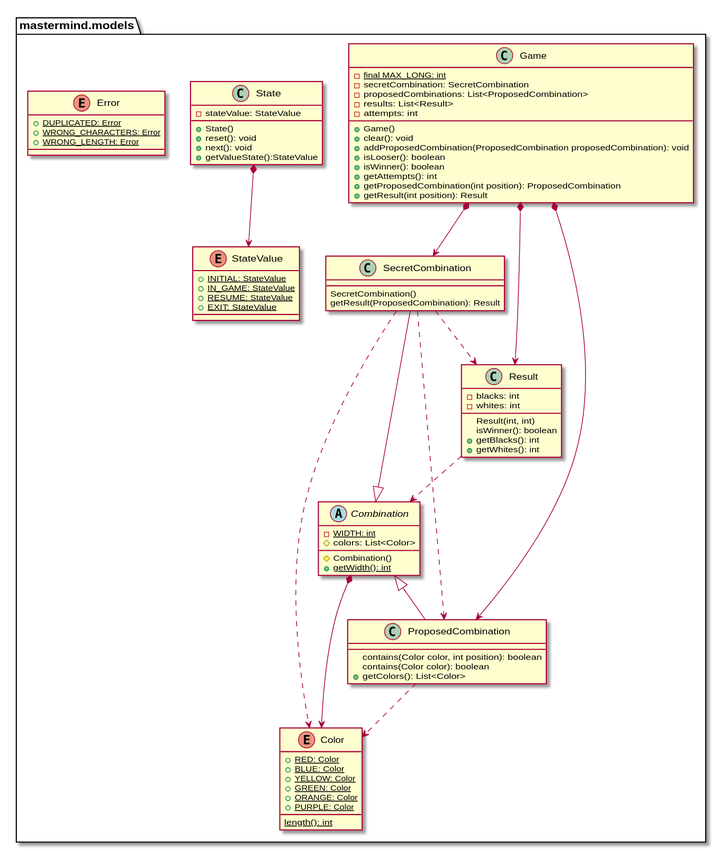
amartinm82/mastermind keeps this PlantUML diagram as docs/build/docs/asciidoc/images/paqueteMastermindModel.svg. Above is the earlier version.
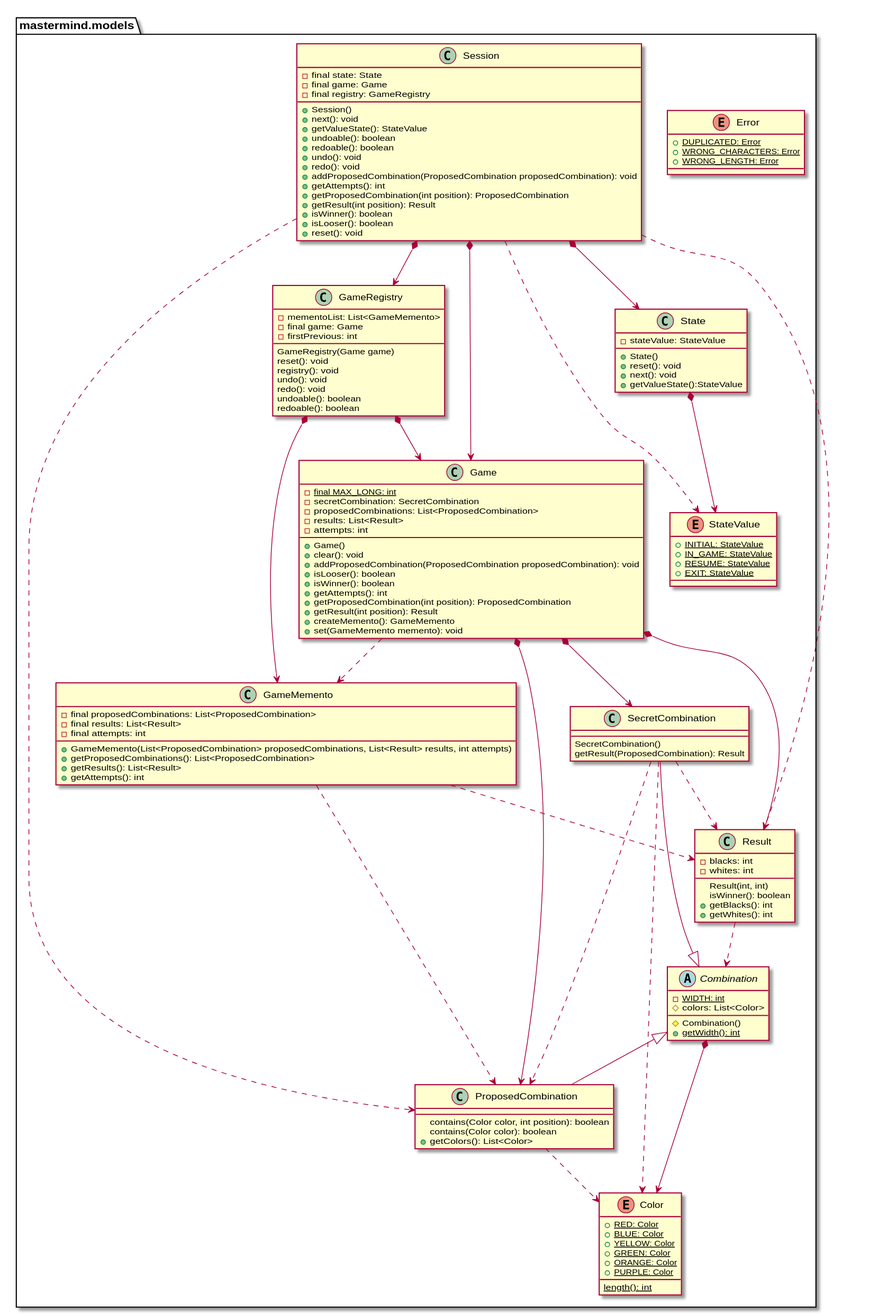
The same file after the commit.

Diff of the diagram source:
```diff
@@ -24,10 +24,13 @@
 + getAttempts(): int
 + getProposedCombination(int position): ProposedCombination
 + getResult(int position): Result
++ createMemento(): GameMemento
++ set(GameMemento memento): void
 }
 mastermind.models.Game *-down-> mastermind.models.SecretCombination
 mastermind.models.Game *-down-> mastermind.models.Result
 mastermind.models.Game *-down-> mastermind.models.ProposedCombination
+mastermind.models.Game .down.> mastermind.models.GameMemento
 
 class  mastermind.models.ProposedCombination extends mastermind.models.Combination {
 contains(Color color, int position): boolean
@@ -87,4 +90,66 @@
 + {static} WRONG_CHARACTERS: Error
 + {static} WRONG_LENGTH: Error
 }
+
+class mastermind.models.GameMemento {
+
+- final proposedCombinations: List<ProposedCombination>
+- final results: List<Result>
+- final attempts: int
+
++ GameMemento(List<ProposedCombination> proposedCombinations, List<Result> results, int attempts)
++ getProposedCombinations(): List<ProposedCombination>
++ getResults(): List<Result>
++ getAttempts(): int
+}
+
+mastermind.models.GameMemento .down.> mastermind.models.ProposedCombination
+mastermind.models.GameMemento .down.> mastermind.models.Result
+
+class mastermind.models.GameRegistry {
+
+- mementoList: List<GameMemento>
+- final game: Game
+- firstPrevious: int
+
+GameRegistry(Game game)
+reset(): void
+registry(): void
+undo(): void
+redo(): void
+undoable(): boolean
+redoable(): boolean
+}
+
+mastermind.models.GameRegistry *-down-> mastermind.models.GameMemento
+mastermind.models.GameRegistry *-down-> mastermind.models.Game
+
+class mastermind.models.Session {
+
+- final state: State
+- final game: Game
+- final registry: GameRegistry
+
++ Session()
++ next(): void
++ getValueState(): StateValue
++ undoable(): boolean
++ redoable(): boolean
++ undo(): void
++ redo(): void
++ addProposedCombination(ProposedCombination proposedCombination): void
++ getAttempts(): int
++ getProposedCombination(int position): ProposedCombination
++ getResult(int position): Result
++ isWinner(): boolean
++ isLooser(): boolean
++ reset(): void
+}
+
+mastermind.models.Session *-down-> mastermind.models.State
+mastermind.models.Session *-down-> mastermind.models.Game
+mastermind.models.Session *-down-> mastermind.models.GameRegistry
+mastermind.models.Session .down.> mastermind.models.StateValue
+mastermind.models.Session .down.> mastermind.models.ProposedCombination
+mastermind.models.Session .down.> mastermind.models.Result
 @enduml
```
